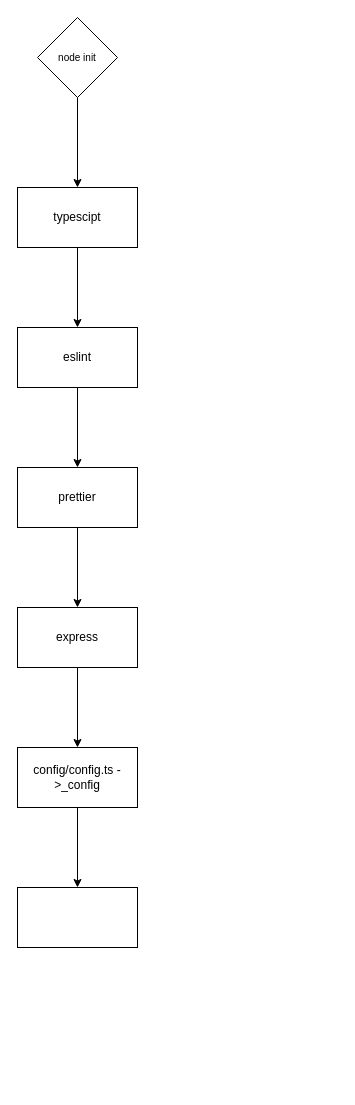
The draw.io diagram learn.drawio in KhushiCode14/ApiLearn, before the edit. Source tidied: cells renumbered, new cells numbered last; positions are measured from the earlier drawing's top-left corner, leaving out a move shared by most shapes. Both pictures are drawn from the tidied source at 100%, with x=0, y=0 at pixel (17, 17).
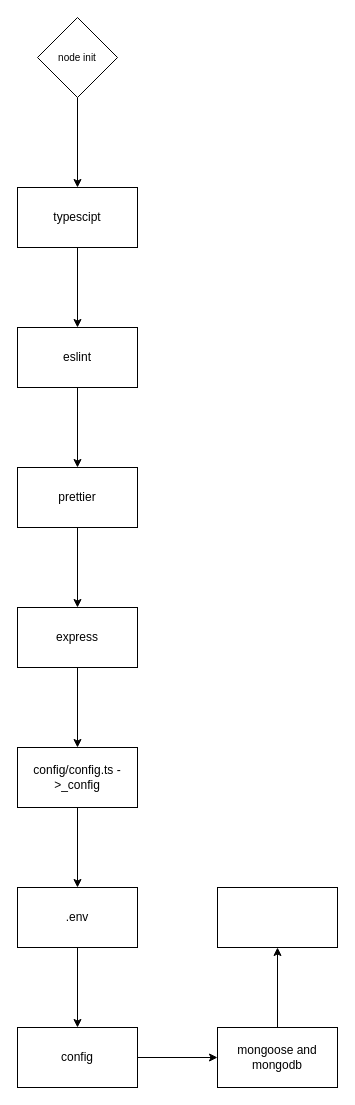
The same page after the edit.

What changed in the source:
```diff
@@
+    <mxCell id="15" style="edgeStyle=none;html=1;fontSize=13;" parent="1" edge="1" source="14" target="17">
+      <mxGeometry relative="1" as="geometry" />
+    </mxCell>
-    <mxCell id="14" style="whiteSpace=wrap;html=1;" parent="1" vertex="1">
+    <mxCell id="14" value=".env" style="whiteSpace=wrap;html=1;" parent="1" vertex="1">
       <mxGeometry y="870" width="120" height="60" as="geometry" />
     </mxCell>
+    <mxCell id="16" style="edgeStyle=none;html=1;fontSize=13;" parent="1" edge="1" source="17" target="19">
+      <mxGeometry relative="1" as="geometry" />
+    </mxCell>
+    <mxCell id="17" value="config" style="whiteSpace=wrap;html=1;" parent="1" vertex="1">
+      <mxGeometry y="1010" width="120" height="60" as="geometry" />
+    </mxCell>
+    <mxCell id="18" style="edgeStyle=none;html=1;fontSize=13;" parent="1" edge="1" source="19" target="20">
+      <mxGeometry relative="1" as="geometry" />
+    </mxCell>
+    <mxCell id="19" value="mongoose and mongodb" style="whiteSpace=wrap;html=1;" parent="1" vertex="1">
+      <mxGeometry x="200" y="1010" width="120" height="60" as="geometry" />
+    </mxCell>
+    <mxCell id="20" style="whiteSpace=wrap;html=1;" parent="1" vertex="1">
+      <mxGeometry x="200" y="870" width="120" height="60" as="geometry" />
+    </mxCell>
```
